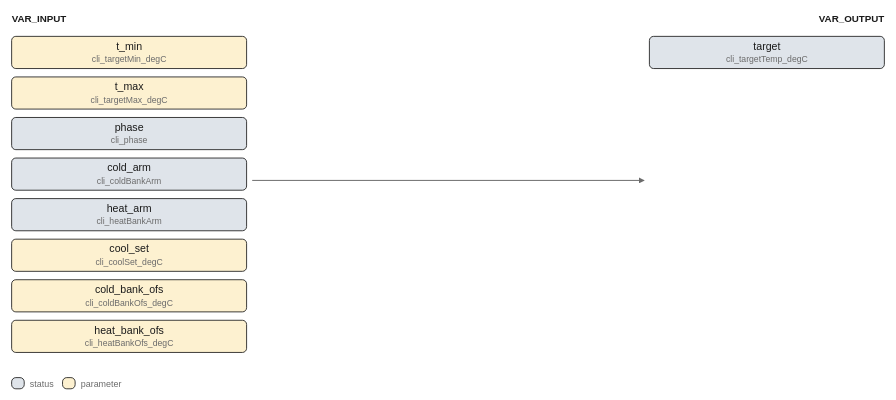
Before: images/logic/target_temp.drawio.svg, a diagram exported from draw.io (pstch/botanik2). Source tidied: cells renumbered, new cells last; positions are measured from the earlier drawing's top-left corner, leaving out a move shared by most shapes.
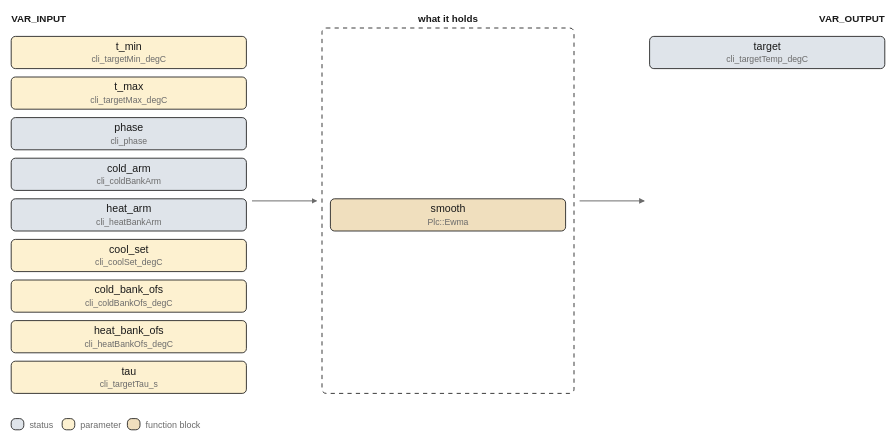
The same file after the commit.

Commit message:
target: ease the target temperature instead of stepping it

Change to the diagram source:
```diff
@@ -5,53 +5,77 @@
     <mxCell id="2" value="VAR_INPUT" style="text;html=1;fontSize=7;fontColor=#1a1a1a;align=left;fontStyle=1;" parent="1" vertex="1">
       <mxGeometry width="45" height="11" as="geometry" />
     </mxCell>
-    <mxCell id="3" value="VAR_OUTPUT" style="text;html=1;fontSize=7;fontColor=#1a1a1a;align=left;fontStyle=1;" parent="1" vertex="1">
-      <mxGeometry x="624" width="50" height="11" as="geometry" />
+    <mxCell id="3" value="what it holds" style="text;html=1;fontSize=7;fontColor=#1a1a1a;align=center;fontStyle=1;" parent="1" vertex="1">
+      <mxGeometry x="312" width="65" height="11" as="geometry" />
     </mxCell>
-    <mxCell id="4" value="t_min" style="rounded=1;fillColor=#fdf1d0;strokeColor=#1a1a1a;whiteSpace=wrap;html=1;fontSize=8;" parent="1" vertex="1">
-      <mxGeometry y="17" width="168" height="23" as="geometry" />
+    <mxCell id="4" value="VAR_OUTPUT" style="text;html=1;fontSize=7;fontColor=#1a1a1a;align=left;fontStyle=1;" parent="1" vertex="1">
+      <mxGeometry x="624" width="50" height="11" as="geometry" />
     </mxCell>
-    <mxCell id="5" value="t_max" style="rounded=1;fillColor=#fdf1d0;strokeColor=#1a1a1a;whiteSpace=wrap;html=1;fontSize=8;" parent="1" vertex="1">
-      <mxGeometry y="46" width="168" height="23" as="geometry" />
+    <mxCell id="5" value="t_min" style="rounded=1;fillColor=#fdf1d0;strokeColor=#1a1a1a;whiteSpace=wrap;html=1;fontSize=8;" parent="1" vertex="1">
+      <mxGeometry y="17" width="168" height="23" as="geometry" />
     </mxCell>
-    <mxCell id="6" value="phase" style="rounded=1;fillColor=#dfe4ea;strokeColor=#1a1a1a;whiteSpace=wrap;html=1;fontSize=8;" parent="1" vertex="1">
-      <mxGeometry y="75" width="168" height="23" as="geometry" />
+    <mxCell id="6" value="t_max" style="rounded=1;fillColor=#fdf1d0;strokeColor=#1a1a1a;whiteSpace=wrap;html=1;fontSize=8;" parent="1" vertex="1">
+      <mxGeometry y="46" width="168" height="23" as="geometry" />
     </mxCell>
-    <mxCell id="7" value="cold_arm" style="rounded=1;fillColor=#dfe4ea;strokeColor=#1a1a1a;whiteSpace=wrap;html=1;fontSize=8;" parent="1" vertex="1">
-      <mxGeometry y="104" width="168" height="23" as="geometry" />
+    <mxCell id="7" value="phase" style="rounded=1;fillColor=#dfe4ea;strokeColor=#1a1a1a;whiteSpace=wrap;html=1;fontSize=8;" parent="1" vertex="1">
+      <mxGeometry y="75" width="168" height="23" as="geometry" />
     </mxCell>
-    <mxCell id="8" value="heat_arm" style="rounded=1;fillColor=#dfe4ea;strokeColor=#1a1a1a;whiteSpace=wrap;html=1;fontSize=8;" parent="1" vertex="1">
-      <mxGeometry y="133" width="168" height="23" as="geometry" />
+    <mxCell id="8" value="cold_arm" style="rounded=1;fillColor=#dfe4ea;strokeColor=#1a1a1a;whiteSpace=wrap;html=1;fontSize=8;" parent="1" vertex="1">
+      <mxGeometry y="104" width="168" height="23" as="geometry" />
     </mxCell>
-    <mxCell id="9" value="cool_set" style="rounded=1;fillColor=#fdf1d0;strokeColor=#1a1a1a;whiteSpace=wrap;html=1;fontSize=8;" parent="1" vertex="1">
-      <mxGeometry y="162" width="168" height="23" as="geometry" />
+    <mxCell id="9" value="heat_arm" style="rounded=1;fillColor=#dfe4ea;strokeColor=#1a1a1a;whiteSpace=wrap;html=1;fontSize=8;" parent="1" vertex="1">
+      <mxGeometry y="133" width="168" height="23" as="geometry" />
     </mxCell>
-    <mxCell id="10" value="cold_bank_ofs" style="rounded=1;fillColor=#fdf1d0;strokeColor=#1a1a1a;whiteSpace=wrap;html=1;fontSize=8;" parent="1" vertex="1">
-      <mxGeometry y="191" width="168" height="23" as="geometry" />
+    <mxCell id="10" value="cool_set" style="rounded=1;fillColor=#fdf1d0;strokeColor=#1a1a1a;whiteSpace=wrap;html=1;fontSize=8;" parent="1" vertex="1">
+      <mxGeometry y="162" width="168" height="23" as="geometry" />
     </mxCell>
-    <mxCell id="11" value="heat_bank_ofs" style="rounded=1;fillColor=#fdf1d0;strokeColor=#1a1a1a;whiteSpace=wrap;html=1;fontSize=8;" parent="1" vertex="1">
-      <mxGeometry y="220" width="168" height="23" as="geometry" />
+    <mxCell id="11" value="cold_bank_ofs" style="rounded=1;fillColor=#fdf1d0;strokeColor=#1a1a1a;whiteSpace=wrap;html=1;fontSize=8;" parent="1" vertex="1">
+      <mxGeometry y="191" width="168" height="23" as="geometry" />
     </mxCell>
-    <mxCell id="12" value="target" style="rounded=1;fillColor=#dfe4ea;strokeColor=#1a1a1a;whiteSpace=wrap;html=1;fontSize=8;" parent="1" vertex="1">
-      <mxGeometry x="456" y="17" width="168" height="23" as="geometry" />
+    <mxCell id="12" value="heat_bank_ofs" style="rounded=1;fillColor=#fdf1d0;strokeColor=#1a1a1a;whiteSpace=wrap;html=1;fontSize=8;" parent="1" vertex="1">
+      <mxGeometry y="220" width="168" height="23" as="geometry" />
     </mxCell>
-    <mxCell id="13" style="edgeStyle=none;html=1;strokeColor=#6b6b6b;endArrow=block;" parent="1" edge="1">
-      <mxGeometry relative="1" as="geometry">
-        <mxPoint x="172" y="120" as="sourcePoint" />
-        <mxPoint x="452" y="120" as="targetPoint" />
-      </mxGeometry>
-    </mxCell>
+    <mxCell id="18" value="tau" style="rounded=1;fillColor=#fdf1d0;strokeColor=#1a1a1a;whiteSpace=wrap;html=1;fontSize=8;" parent="1" vertex="1">
+      <mxGeometry y="249" width="168" height="23" as="geometry" />
+    </mxCell>
-    <mxCell id="14" style="rounded=1;fillColor=#dfe4ea;strokeColor=#1a1a1a;whiteSpace=wrap;html=1;fontSize=8;" parent="1" vertex="1">
-      <mxGeometry y="261" width="9" height="8" as="geometry" />
+    <mxCell id="14" value="target" style="rounded=1;fillColor=#dfe4ea;strokeColor=#1a1a1a;whiteSpace=wrap;html=1;fontSize=8;" parent="1" vertex="1">
+      <mxGeometry x="456" y="17" width="168" height="23" as="geometry" />
     </mxCell>
-    <mxCell id="15" value="status" style="text;html=1;fontSize=6;fontColor=#6b6b6b;align=left;" parent="1" vertex="1">
-      <mxGeometry x="13" y="261.6" width="40" height="10.4" as="geometry" />
+    <mxCell id="15" style="rounded=1;fillColor=#ffffff;strokeColor=#1a1a1a;whiteSpace=wrap;html=1;fontSize=8;dashed=1;" parent="1" vertex="1">
+      <mxGeometry x="222" y="11" width="180" height="261" as="geometry" />
     </mxCell>
-    <mxCell id="16" style="rounded=1;fillColor=#fdf1d0;strokeColor=#1a1a1a;whiteSpace=wrap;html=1;fontSize=8;" parent="1" vertex="1">
-      <mxGeometry x="36.4" y="261" width="9" height="8" as="geometry" />
+    <mxCell id="16" value="smooth" style="rounded=1;fillColor=#f0dfbe;strokeColor=#1a1a1a;whiteSpace=wrap;html=1;fontSize=8;" parent="1" vertex="1">
+      <mxGeometry x="228" y="133" width="168" height="23" as="geometry" />
     </mxCell>
+    <mxCell id="19" style="edgeStyle=none;html=1;strokeColor=#6b6b6b;endArrow=block;" parent="1" edge="1">
+      <mxGeometry relative="1" as="geometry">
+        <mxPoint x="172" y="134.5" as="sourcePoint" />
+        <mxPoint x="218" y="134.5" as="targetPoint" />
+      </mxGeometry>
+    </mxCell>
+    <mxCell id="20" style="edgeStyle=none;html=1;strokeColor=#6b6b6b;endArrow=block;" parent="1" edge="1">
+      <mxGeometry relative="1" as="geometry">
+        <mxPoint x="406" y="134.5" as="sourcePoint" />
+        <mxPoint x="452" y="134.5" as="targetPoint" />
+      </mxGeometry>
+    </mxCell>
+    <mxCell id="21" style="rounded=1;fillColor=#dfe4ea;strokeColor=#1a1a1a;whiteSpace=wrap;html=1;fontSize=8;" parent="1" vertex="1">
+      <mxGeometry y="290" width="9" height="8" as="geometry" />
+    </mxCell>
+    <mxCell id="22" value="status" style="text;html=1;fontSize=6;fontColor=#6b6b6b;align=left;" parent="1" vertex="1">
+      <mxGeometry x="13" y="290.6" width="40" height="10.4" as="geometry" />
+    </mxCell>
+    <mxCell id="23" style="rounded=1;fillColor=#fdf1d0;strokeColor=#1a1a1a;whiteSpace=wrap;html=1;fontSize=8;" parent="1" vertex="1">
+      <mxGeometry x="36.4" y="290" width="9" height="8" as="geometry" />
+    </mxCell>
     <mxCell id="17" value="parameter" style="text;html=1;fontSize=6;fontColor=#6b6b6b;align=left;" parent="1" vertex="1">
-      <mxGeometry x="49.4" y="261.6" width="45" height="10.4" as="geometry" />
+      <mxGeometry x="49.4" y="290.6" width="45" height="10.4" as="geometry" />
     </mxCell>
+    <mxCell id="24" style="rounded=1;fillColor=#f0dfbe;strokeColor=#1a1a1a;whiteSpace=wrap;html=1;fontSize=8;" parent="1" vertex="1">
+      <mxGeometry x="83" y="290" width="9" height="8" as="geometry" />
+    </mxCell>
+    <mxCell id="25" value="function block" style="text;html=1;fontSize=6;fontColor=#6b6b6b;align=left;" parent="1" vertex="1">
+      <mxGeometry x="96" y="290.6" width="70" height="10.4" as="geometry" />
+    </mxCell>
   </root>
 </mxGraphModel>
```
